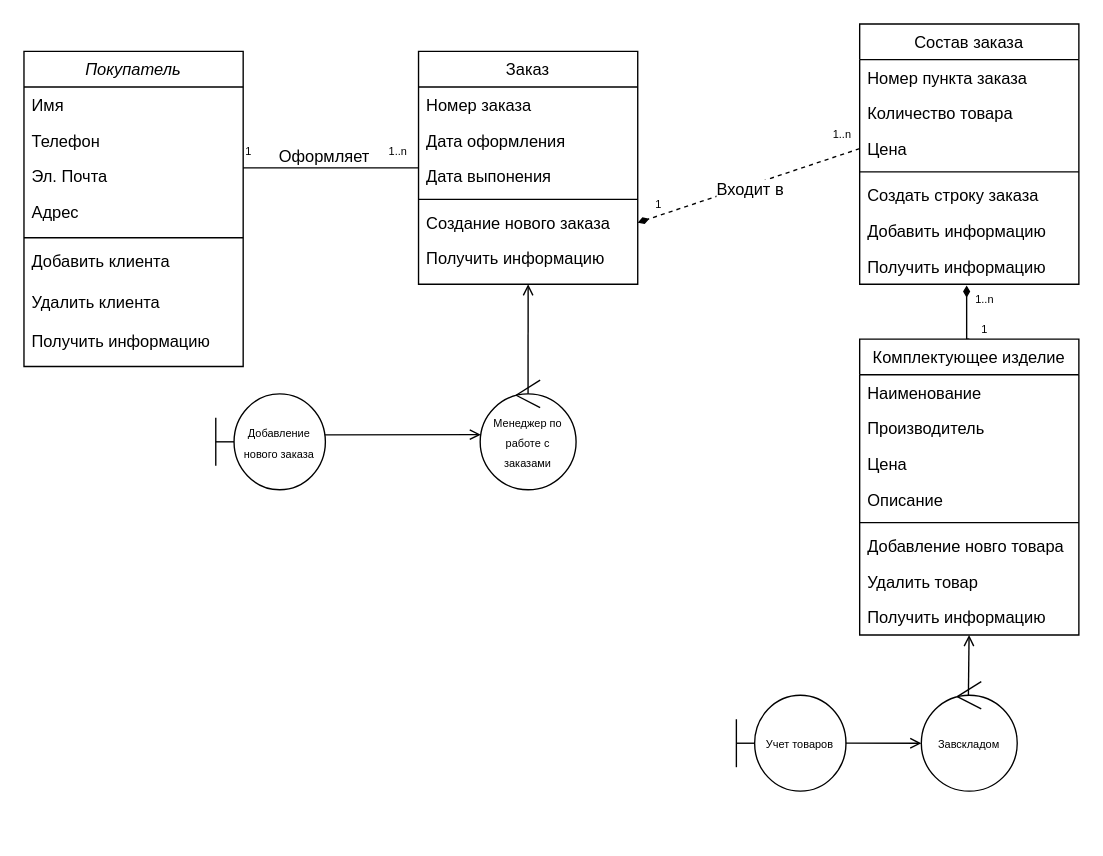
Above: лаб 2.drawio in arn1ee/-1 (draw.io), before the change. Source tidied: cells renumbered, new cells numbered last; positions are measured from the earlier drawing's top-left corner, leaving out a move shared by most shapes. Both pictures are drawn from the tidied source at 137%, with x=0, y=0 at pixel (23, 23).
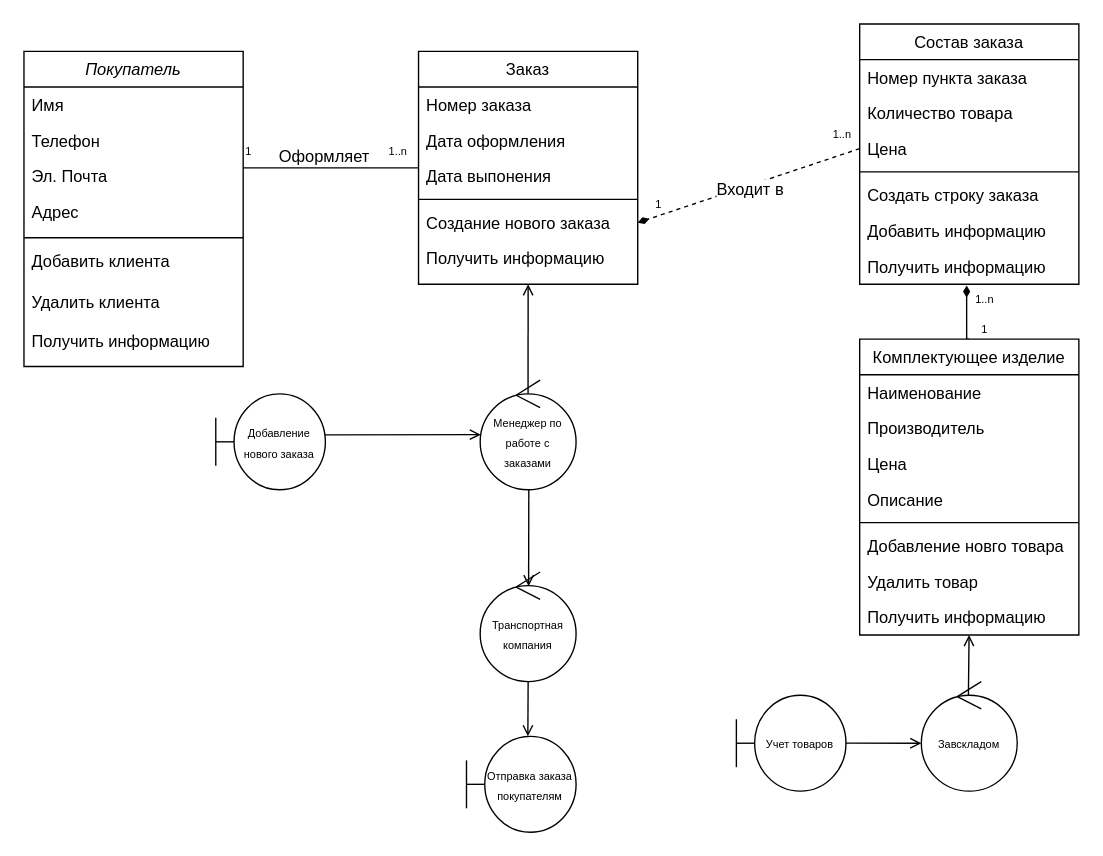
The same page after the edit.

The change refers to these unchanged cells:
```xml
<mxCell id="35" value="&lt;font style=&quot;font-size: 8px;&quot;&gt;Менеджер по работе с заказами&lt;/font&gt;" style="ellipse;shape=umlControl;whiteSpace=wrap;html=1;fontSize=12;" parent="1" vertex="1">
  <mxGeometry x="333" y="260" width="70" height="80" as="geometry" />
</mxCell>
```

What changed in the source:
```diff
@@
+    <mxCell id="54" value="&lt;span style=&quot;font-size: 8px;&quot;&gt;Отправка заказа покупателям&lt;/span&gt;" style="shape=umlBoundary;whiteSpace=wrap;html=1;fontSize=12;" parent="1" vertex="1">
+      <mxGeometry x="323" y="520" width="80" height="70" as="geometry" />
+    </mxCell>
+    <mxCell id="55" value="&lt;font style=&quot;font-size: 8px;&quot;&gt;Транспортная&lt;br&gt;компания&lt;/font&gt;" style="ellipse;shape=umlControl;whiteSpace=wrap;html=1;" parent="1" vertex="1">
+      <mxGeometry x="333" y="400" width="70" height="80" as="geometry" />
+    </mxCell>
+    <mxCell id="56" style="endArrow=open;endFill=1;endSize=6;html=1;rounded=0;fontSize=8;exitX=0.507;exitY=0.998;exitDx=0;exitDy=0;exitPerimeter=0;entryX=0.505;entryY=0.13;entryDx=0;entryDy=0;entryPerimeter=0;" parent="1" edge="1" source="35" target="55">
+      <mxGeometry relative="1" as="geometry" />
+    </mxCell>
+    <mxCell id="57" style="endArrow=open;endFill=1;endSize=6;html=1;rounded=0;fontSize=8;entryX=0.505;entryY=0.104;entryDx=0;entryDy=0;entryPerimeter=0;" parent="1" edge="1" source="55">
+      <mxGeometry relative="1" as="geometry">
+        <mxPoint x="367.8" y="520" as="targetPoint" />
+      </mxGeometry>
+    </mxCell>
```
